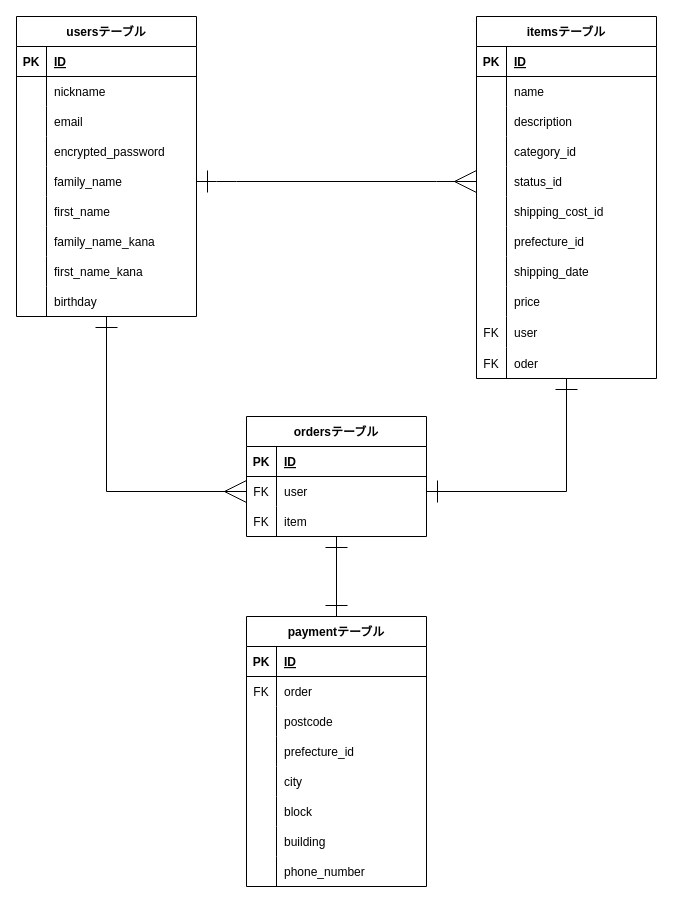
Before: furima-40332.drawio in mameharu2020/furima-40332, a draw.io diagram. Source tidied: cells renumbered, new cells numbered last; positions are measured from the earlier drawing's top-left corner, leaving out a move shared by most shapes. Both pictures are drawn from the tidied source at 100%, with x=0, y=0 at pixel (16, 16).
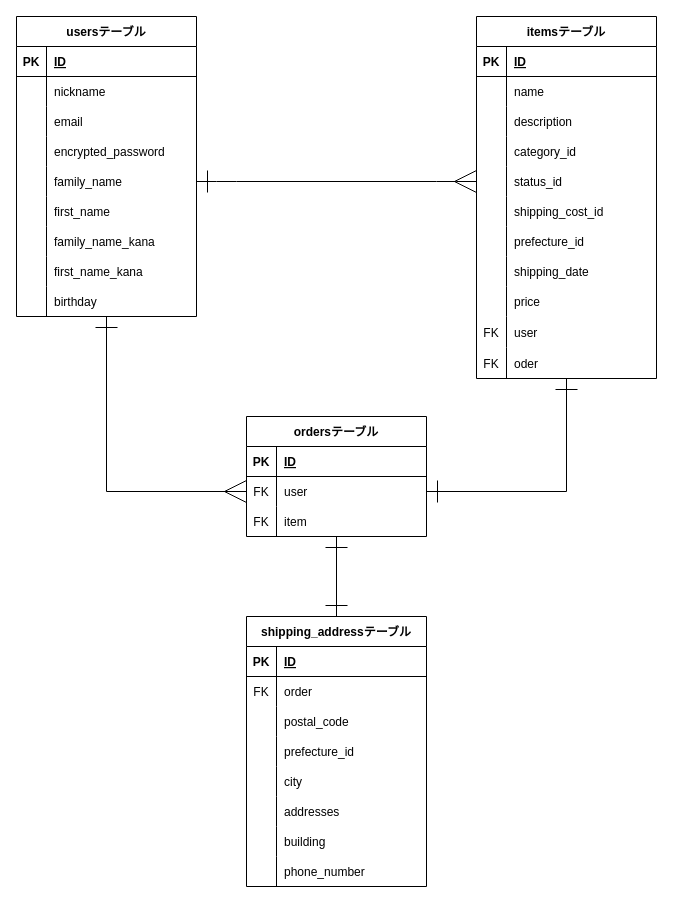
Above is the later version.

Unchanged cells that the change refers to:
```xml
<mxCell id="89" style="shape=tableRow;horizontal=0;startSize=0;swimlaneHead=0;swimlaneBody=0;fillColor=none;top=0;left=0;right=0;bottom=0;" parent="82" vertex="1">
  <mxGeometry y="90" width="180" height="30" as="geometry" />
</mxCell>
<mxCell id="98" style="shape=tableRow;horizontal=0;startSize=0;swimlaneHead=0;swimlaneBody=0;fillColor=none;top=0;left=0;right=0;bottom=0;" parent="82" vertex="1">
  <mxGeometry y="180" width="180" height="30" as="geometry" />
</mxCell>
```

Diff of the diagram source:
```diff
@@
-    <mxCell id="82" value="paymentテーブル" style="shape=table;startSize=30;childLayout=tableLayout;rowLines=0;fontStyle=1;align=center;" parent="1" vertex="1">
+    <mxCell id="82" value="shipping_addressテーブル" style="shape=table;startSize=30;childLayout=tableLayout;rowLines=0;fontStyle=1;align=center;" parent="1" vertex="1">
       <mxGeometry x="230" y="600" width="180" height="270" as="geometry" />
     </mxCell>
@@
-    <mxCell id="91" value="postcode" style="shape=partialRectangle;fillColor=none;top=0;left=0;bottom=0;right=0;align=left;spacingLeft=6;overflow=hidden;" parent="89" vertex="1">
+    <mxCell id="91" value="postal_code" style="shape=partialRectangle;fillColor=none;top=0;left=0;bottom=0;right=0;align=left;spacingLeft=6;overflow=hidden;" parent="89" vertex="1">
       <mxGeometry x="30" width="150" height="30" as="geometry" />
     </mxCell>
@@
-    <mxCell id="100" value="block" style="shape=partialRectangle;fillColor=none;top=0;left=0;bottom=0;right=0;align=left;spacingLeft=6;overflow=hidden;" parent="98" vertex="1">
+    <mxCell id="100" value="addresses" style="shape=partialRectangle;fillColor=none;top=0;left=0;bottom=0;right=0;align=left;spacingLeft=6;overflow=hidden;" parent="98" vertex="1">
       <mxGeometry x="30" width="150" height="30" as="geometry" />
     </mxCell>
```
